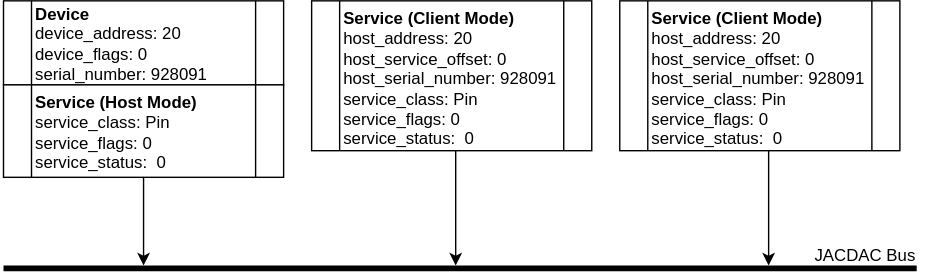
Earlier version of the draw.io export images/client.svg (sabas1080/jacdac). Source tidied: cells renumbered, new cells last; positions are measured from the earlier drawing's top-left corner, leaving out a move shared by most shapes.
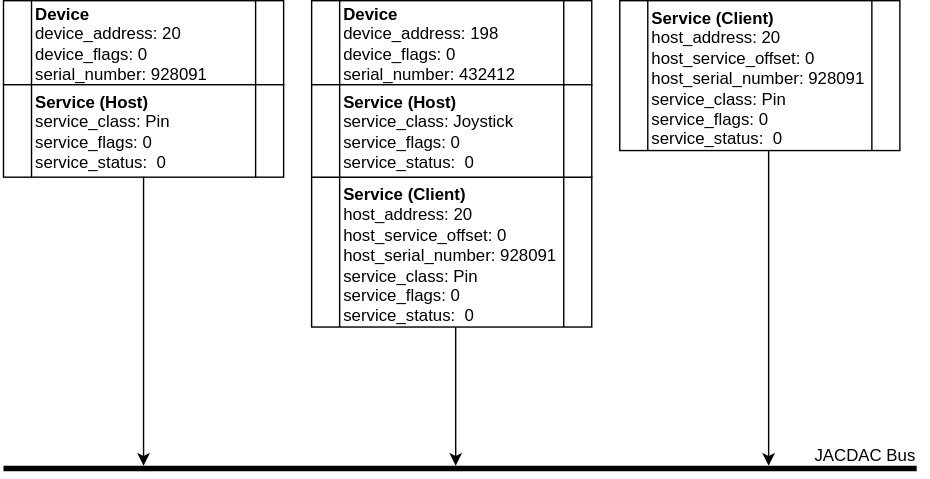
The same file after the commit.

The edit, as a diff of the source:
```diff
@@ -3,11 +3,11 @@
     <mxCell id="0" />
     <mxCell id="1" parent="0" />
     <mxCell id="2" style="line;strokeWidth=4;html=1;perimeter=backbonePerimeter;points=[];outlineConnect=0;" parent="1" vertex="1">
-      <mxGeometry y="186" width="652" height="10" as="geometry" />
+      <mxGeometry y="329" width="652" height="10" as="geometry" />
     </mxCell>
     <object id="3" label="JACDAC Bus" name="Variable" placeholders="1">
       <mxCell style="text;html=1;strokeColor=none;fillColor=none;align=center;verticalAlign=middle;whiteSpace=wrap;overflow=hidden;" parent="1" vertex="1">
-        <mxGeometry x="569" y="166" width="92" height="30" as="geometry" />
+        <mxGeometry x="569" y="309" width="92" height="30" as="geometry" />
       </mxCell>
     </object>
     <mxCell id="4" style="group;" parent="1" vertex="1">
@@ -16,7 +16,7 @@
     <mxCell id="5" value="&lt;span&gt;&lt;b&gt;Device&lt;/b&gt;&lt;br&gt;device_address: 20&lt;br&gt;&lt;/span&gt;device_flags: 0&lt;br&gt;&lt;span&gt;serial_number: 928091&lt;/span&gt;&lt;br&gt;" style="shape=process;whiteSpace=wrap;html=1;backgroundOutline=1;align=left;" parent="4" vertex="1">
       <mxGeometry width="200" height="60" as="geometry" />
     </mxCell>
-    <mxCell id="6" value="&lt;span&gt;&lt;b&gt;Service (Host Mode)&lt;/b&gt;&lt;br&gt;service_class: Pin&lt;/span&gt;&lt;br&gt;&lt;div style=&quot;text-align: justify&quot;&gt;&lt;span&gt;service_flags: 0&lt;/span&gt;&lt;/div&gt;&lt;div style=&quot;text-align: left&quot;&gt;&lt;span&gt;service_status:&amp;nbsp; 0&lt;/span&gt;&lt;/div&gt;" style="shape=process;whiteSpace=wrap;html=1;backgroundOutline=1;align=left;" parent="4" vertex="1">
+    <mxCell id="6" value="&lt;span&gt;&lt;b&gt;Service (Host)&lt;/b&gt;&lt;br&gt;service_class: Pin&lt;/span&gt;&lt;br&gt;&lt;div style=&quot;text-align: justify&quot;&gt;&lt;span&gt;service_flags: 0&lt;/span&gt;&lt;/div&gt;&lt;div style=&quot;text-align: left&quot;&gt;&lt;span&gt;service_status:&amp;nbsp; 0&lt;/span&gt;&lt;/div&gt;" style="shape=process;whiteSpace=wrap;html=1;backgroundOutline=1;align=left;" parent="4" vertex="1">
       <mxGeometry y="60" width="200" height="66" as="geometry" />
     </mxCell>
     <mxCell id="7" style="endArrow=classic;html=1;exitX=0.5;exitY=1;exitDx=0;exitDy=0;" parent="1" edge="1" target="2">
@@ -32,11 +32,17 @@
         <mxPoint x="546.3" y="106" as="sourcePoint" />
       </mxGeometry>
     </mxCell>
-    <mxCell id="10" value="&lt;span&gt;&lt;b&gt;Service (Client Mode)&lt;br&gt;&lt;/b&gt;host_address: 20&lt;br&gt;host_service_offset: 0&lt;br&gt;host_serial_number: 928091&lt;br&gt;service_class: Pin&lt;/span&gt;&lt;br&gt;&lt;div style=&quot;text-align: justify&quot;&gt;&lt;span&gt;service_flags: 0&lt;/span&gt;&lt;/div&gt;&lt;div style=&quot;text-align: left&quot;&gt;&lt;span&gt;service_status:&amp;nbsp; 0&lt;/span&gt;&lt;/div&gt;" style="shape=process;whiteSpace=wrap;html=1;backgroundOutline=1;align=left;" parent="1" vertex="1">
-      <mxGeometry x="220" width="200" height="107" as="geometry" />
+    <mxCell id="10" value="&lt;span&gt;&lt;b&gt;Service (Client)&lt;br&gt;&lt;/b&gt;host_address: 20&lt;br&gt;host_service_offset: 0&lt;br&gt;host_serial_number: 928091&lt;br&gt;service_class: Pin&lt;/span&gt;&lt;br&gt;&lt;div style=&quot;text-align: justify&quot;&gt;&lt;span&gt;service_flags: 0&lt;/span&gt;&lt;/div&gt;&lt;div style=&quot;text-align: left&quot;&gt;&lt;span&gt;service_status:&amp;nbsp; 0&lt;/span&gt;&lt;/div&gt;" style="shape=process;whiteSpace=wrap;html=1;backgroundOutline=1;align=left;" parent="1" vertex="1">
+      <mxGeometry x="220" y="126" width="200" height="107" as="geometry" />
     </mxCell>
-    <mxCell id="11" value="&lt;span&gt;&lt;b&gt;Service (Client Mode)&lt;br&gt;&lt;/b&gt;host_address: 20&lt;br&gt;host_service_offset: 0&lt;br&gt;host_serial_number: 928091&lt;br&gt;service_class: Pin&lt;/span&gt;&lt;br&gt;&lt;div style=&quot;text-align: justify&quot;&gt;&lt;span&gt;service_flags: 0&lt;/span&gt;&lt;/div&gt;&lt;div style=&quot;text-align: left&quot;&gt;&lt;span&gt;service_status:&amp;nbsp; 0&lt;/span&gt;&lt;/div&gt;" style="shape=process;whiteSpace=wrap;html=1;backgroundOutline=1;align=left;" parent="1" vertex="1">
+    <mxCell id="11" value="&lt;span&gt;&lt;b&gt;Service (Client)&lt;br&gt;&lt;/b&gt;host_address: 20&lt;br&gt;host_service_offset: 0&lt;br&gt;host_serial_number: 928091&lt;br&gt;service_class: Pin&lt;/span&gt;&lt;br&gt;&lt;div style=&quot;text-align: justify&quot;&gt;&lt;span&gt;service_flags: 0&lt;/span&gt;&lt;/div&gt;&lt;div style=&quot;text-align: left&quot;&gt;&lt;span&gt;service_status:&amp;nbsp; 0&lt;/span&gt;&lt;/div&gt;" style="shape=process;whiteSpace=wrap;html=1;backgroundOutline=1;align=left;" parent="1" vertex="1">
       <mxGeometry x="440" width="200" height="107" as="geometry" />
     </mxCell>
+    <mxCell id="12" value="&lt;span&gt;&lt;b&gt;Device&lt;/b&gt;&lt;br&gt;device_address: 198&lt;br&gt;&lt;/span&gt;device_flags: 0&lt;br&gt;&lt;span&gt;serial_number: 432412&lt;/span&gt;&lt;br&gt;" style="shape=process;whiteSpace=wrap;html=1;backgroundOutline=1;align=left;" parent="1" vertex="1">
+      <mxGeometry x="220" width="200" height="60" as="geometry" />
+    </mxCell>
+    <mxCell id="13" value="&lt;span&gt;&lt;b&gt;Service (Host)&lt;/b&gt;&lt;br&gt;service_class: Joystick&lt;/span&gt;&lt;br&gt;&lt;div style=&quot;text-align: justify&quot;&gt;&lt;span&gt;service_flags: 0&lt;/span&gt;&lt;/div&gt;&lt;div style=&quot;text-align: left&quot;&gt;&lt;span&gt;service_status:&amp;nbsp; 0&lt;/span&gt;&lt;/div&gt;" style="shape=process;whiteSpace=wrap;html=1;backgroundOutline=1;align=left;" parent="1" vertex="1">
+      <mxGeometry x="220" y="60" width="200" height="66" as="geometry" />
+    </mxCell>
   </root>
 </mxGraphModel>
```
